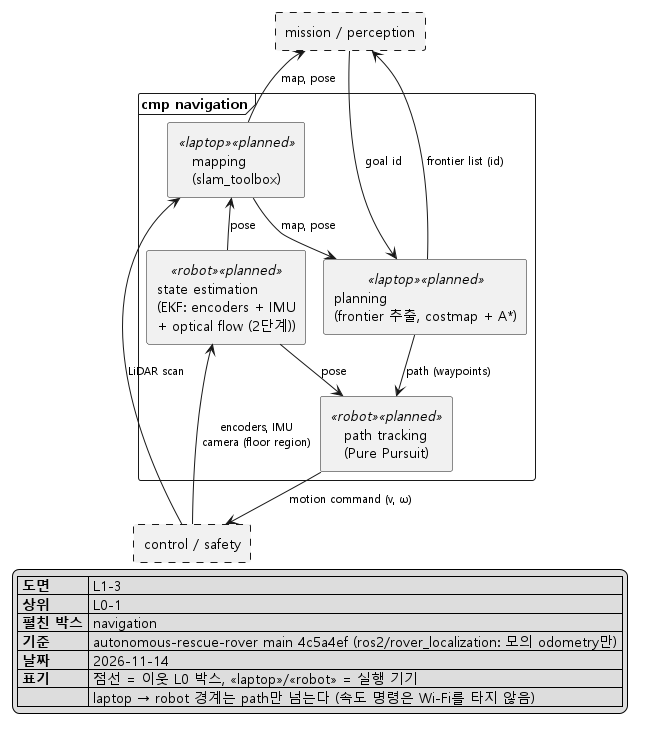
Above: docs/architecture/png/L1-3_navigation.png in Ruysong/autonomous-rescue-rover (PlantUML), before the change.
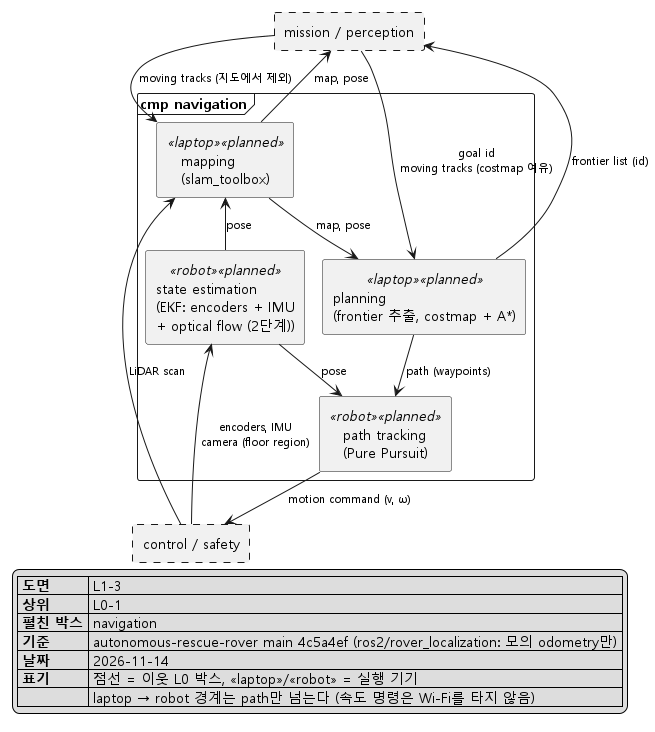
Later version of the same file.

Commit message:
docs: moving object tracker feeds person candidates, mapping filter, costmap

Change to the diagram source:
```diff
@@ -18,7 +18,8 @@
 
 rectangle "control / safety" as CONTROL #line.dashed
 
-MISSION --> PLAN : goal id
+MISSION --> PLAN : goal id\nmoving tracks (costmap 여유)
+MISSION --> MAP : moving tracks (지도에서 제외)
 PLAN -up-> MISSION : frontier list (id)
 MAP -up-> MISSION : map, pose
 
```
